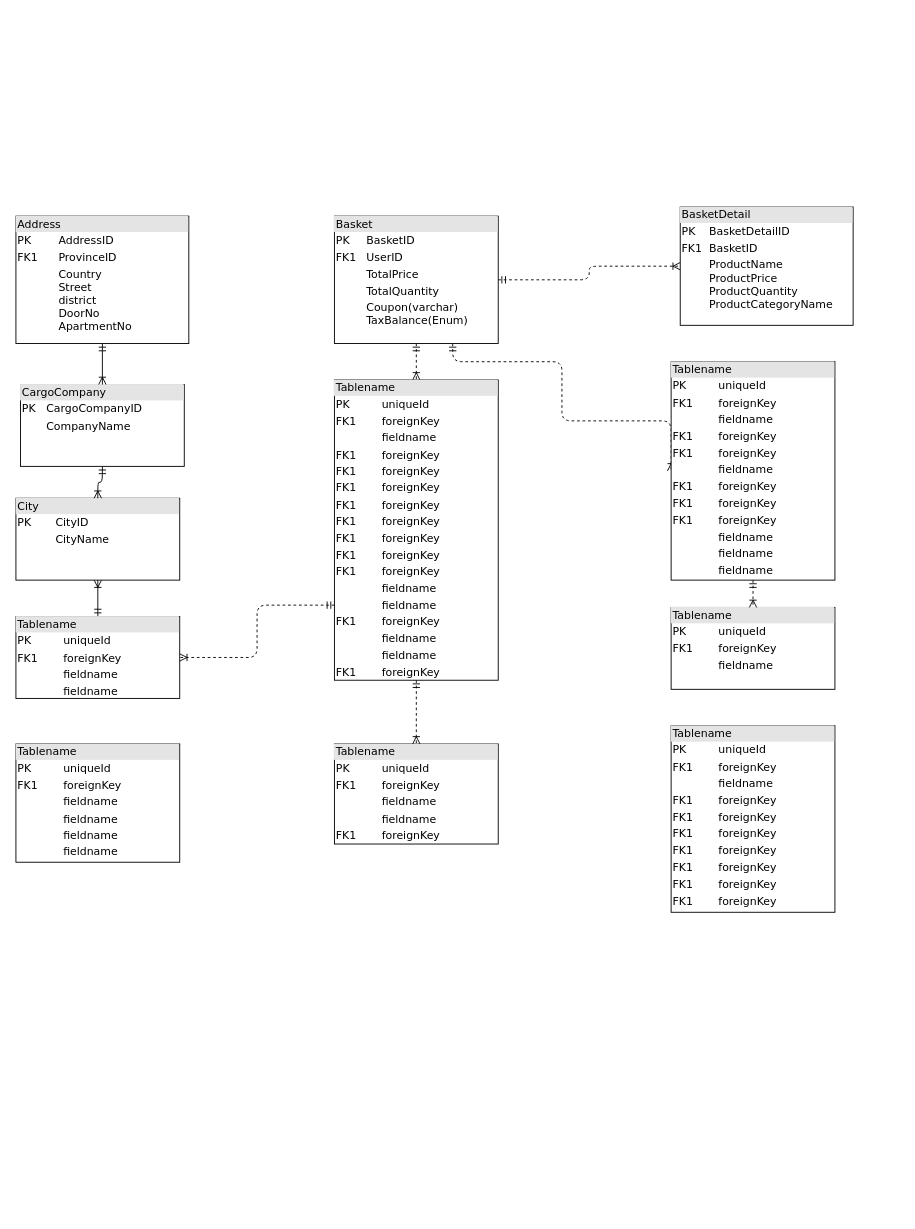
The draw.io diagram projedesign.drawio in trkhmrt/04.05.24_E_Commerce, before the edit. Source tidied: cells renumbered, new cells numbered last; positions are measured from the earlier drawing's top-left corner, leaving out a move shared by most shapes. Both pictures are drawn from the tidied source at 91%, with x=0, y=0 at pixel (15, 207).
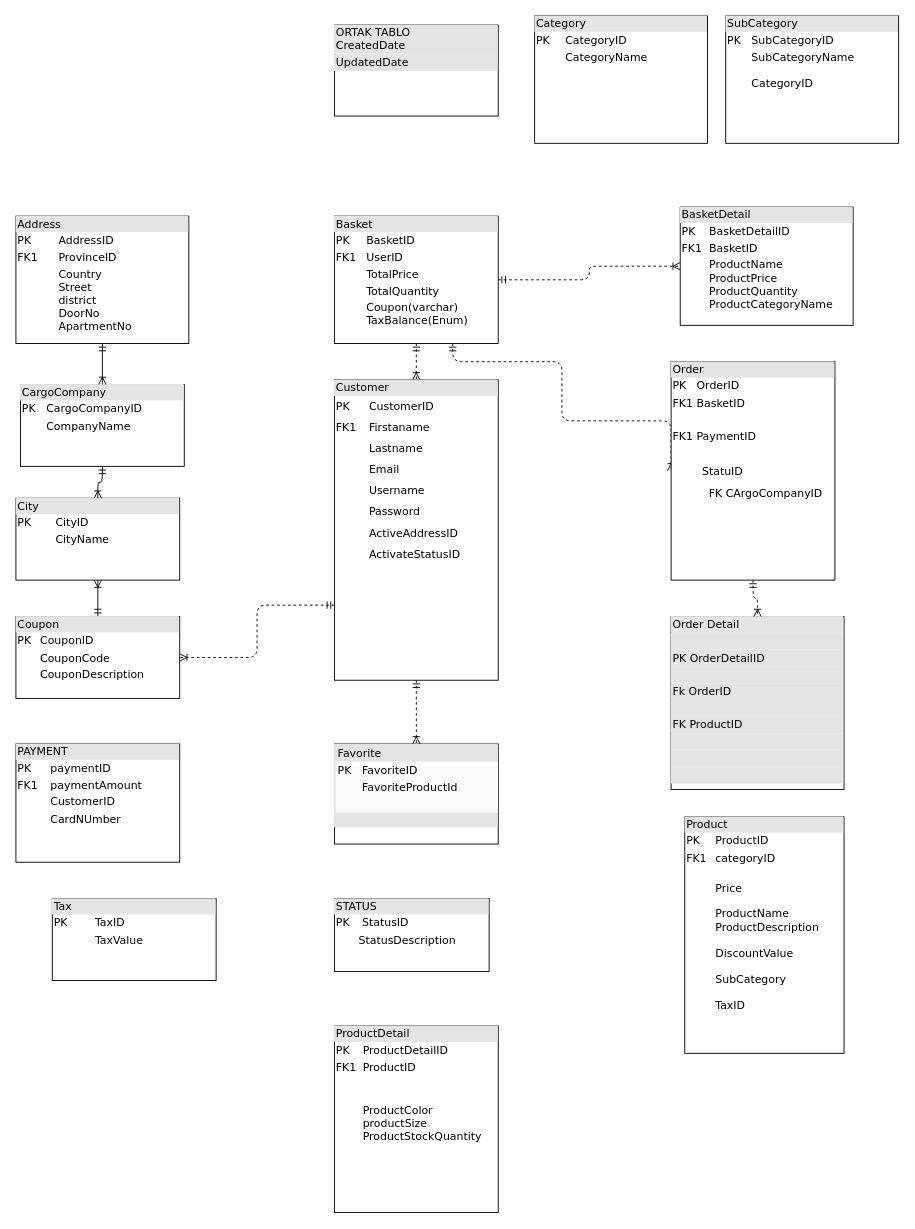
Above is the later version.

The edit, as a diff of the source:
```diff
@@
-    <mxCell id="9" value="&lt;div style=&quot;box-sizing: border-box ; width: 100% ; background: #e4e4e4 ; padding: 2px&quot;&gt;Tablename&lt;/div&gt;&lt;table style=&quot;width: 100% ; font-size: 1em&quot; cellpadding=&quot;2&quot; cellspacing=&quot;0&quot;&gt;&lt;tbody&gt;&lt;tr&gt;&lt;td&gt;PK&lt;/td&gt;&lt;td&gt;uniqueId&lt;/td&gt;&lt;/tr&gt;&lt;tr&gt;&lt;td&gt;FK1&lt;/td&gt;&lt;td&gt;foreignKey&lt;/td&gt;&lt;/tr&gt;&lt;tr&gt;&lt;td&gt;&lt;/td&gt;&lt;td&gt;fieldname&lt;/td&gt;&lt;/tr&gt;&lt;tr&gt;&lt;td&gt;&lt;br&gt;&lt;/td&gt;&lt;td&gt;fieldname&lt;br&gt;&lt;/td&gt;&lt;/tr&gt;&lt;/tbody&gt;&lt;/table&gt;" style="verticalAlign=top;align=left;overflow=fill;html=1;rounded=0;shadow=0;comic=0;labelBackgroundColor=none;strokeWidth=1;fontFamily=Verdana;fontSize=12;" parent="1" vertex="1">
+    <mxCell id="9" value="&lt;div style=&quot;box-sizing: border-box; width: 100%; background: rgb(228, 228, 228); padding: 2px;&quot;&gt;Coupon&lt;/div&gt;&lt;table style=&quot;width: 100% ; font-size: 1em&quot; cellpadding=&quot;2&quot; cellspacing=&quot;0&quot;&gt;&lt;tbody&gt;&lt;tr&gt;&lt;td&gt;PK&lt;/td&gt;&lt;td&gt;CouponID&lt;/td&gt;&lt;/tr&gt;&lt;tr&gt;&lt;td&gt;&lt;br&gt;&lt;/td&gt;&lt;td&gt;CouponCode&lt;/td&gt;&lt;/tr&gt;&lt;tr&gt;&lt;td&gt;&lt;/td&gt;&lt;td&gt;CouponDescription&lt;/td&gt;&lt;/tr&gt;&lt;tr&gt;&lt;td&gt;&lt;br&gt;&lt;/td&gt;&lt;td&gt;&lt;br&gt;&lt;/td&gt;&lt;/tr&gt;&lt;/tbody&gt;&lt;/table&gt;" style="verticalAlign=top;align=left;overflow=fill;html=1;rounded=0;shadow=0;comic=0;labelBackgroundColor=none;strokeWidth=1;fontFamily=Verdana;fontSize=12;" parent="1" vertex="1">
       <mxGeometry y="450" width="180" height="90" as="geometry" />
     </mxCell>
@@
-    <mxCell id="13" value="&lt;div style=&quot;box-sizing: border-box ; width: 100% ; background: #e4e4e4 ; padding: 2px&quot;&gt;Tablename&lt;/div&gt;&lt;table style=&quot;width: 100% ; font-size: 1em&quot; cellpadding=&quot;2&quot; cellspacing=&quot;0&quot;&gt;&lt;tbody&gt;&lt;tr&gt;&lt;td&gt;PK&lt;/td&gt;&lt;td&gt;uniqueId&lt;/td&gt;&lt;/tr&gt;&lt;tr&gt;&lt;td&gt;FK1&lt;/td&gt;&lt;td&gt;foreignKey&lt;/td&gt;&lt;/tr&gt;&lt;tr&gt;&lt;td&gt;&lt;/td&gt;&lt;td&gt;fieldname&lt;/td&gt;&lt;/tr&gt;&lt;tr&gt;&lt;td&gt;FK1&lt;br&gt;&lt;/td&gt;&lt;td&gt;foreignKey&lt;br&gt;&lt;/td&gt;&lt;/tr&gt;&lt;tr&gt;&lt;td&gt;FK1&lt;br&gt;&lt;/td&gt;&lt;td&gt;foreignKey&lt;br&gt;&lt;/td&gt;&lt;/tr&gt;&lt;tr&gt;&lt;td&gt;FK1&lt;br&gt;&lt;/td&gt;&lt;td&gt;foreignKey&lt;br&gt;&lt;/td&gt;&lt;/tr&gt;&lt;tr&gt;&lt;td&gt;FK1&lt;br&gt;&lt;/td&gt;&lt;td&gt;foreignKey&lt;br&gt;&lt;/td&gt;&lt;/tr&gt;&lt;tr&gt;&lt;td&gt;FK1&lt;br&gt;&lt;/td&gt;&lt;td&gt;foreignKey&lt;br&gt;&lt;/td&gt;&lt;/tr&gt;&lt;tr&gt;&lt;td&gt;FK1&lt;br&gt;&lt;/td&gt;&lt;td&gt;foreignKey&lt;br&gt;&lt;/td&gt;&lt;/tr&gt;&lt;tr&gt;&lt;td&gt;FK1&lt;br&gt;&lt;/td&gt;&lt;td&gt;foreignKey&lt;br&gt;&lt;/td&gt;&lt;/tr&gt;&lt;/tbody&gt;&lt;/table&gt;" style="verticalAlign=top;align=left;overflow=fill;html=1;rounded=0;shadow=0;comic=0;labelBackgroundColor=none;strokeWidth=1;fontFamily=Verdana;fontSize=12;" parent="1" vertex="1">
-      <mxGeometry x="720" y="570" width="180" height="205" as="geometry" />
+    <mxCell id="13" value="&lt;div style=&quot;box-sizing: border-box; width: 100%; background: rgb(228, 228, 228); padding: 2px;&quot;&gt;Product&lt;/div&gt;&lt;table style=&quot;width: 100% ; font-size: 1em&quot; cellpadding=&quot;2&quot; cellspacing=&quot;0&quot;&gt;&lt;tbody&gt;&lt;tr&gt;&lt;td&gt;PK&lt;/td&gt;&lt;td&gt;ProductID&lt;/td&gt;&lt;/tr&gt;&lt;tr&gt;&lt;td&gt;FK1&lt;/td&gt;&lt;td&gt;categoryID&lt;/td&gt;&lt;/tr&gt;&lt;tr&gt;&lt;td&gt;&lt;/td&gt;&lt;td&gt;&lt;br&gt;Price&lt;br&gt;&lt;br&gt;ProductName&lt;br&gt;ProductDescription&lt;br&gt;&lt;br&gt;DiscountValue&lt;br&gt;&lt;br&gt;SubCategory&lt;br&gt;&lt;br&gt;TaxID&lt;br&gt;&lt;br&gt;&lt;br&gt;&lt;br&gt;&lt;br&gt;&lt;/td&gt;&lt;/tr&gt;&lt;/tbody&gt;&lt;/table&gt;" style="verticalAlign=top;align=left;overflow=fill;html=1;rounded=0;shadow=0;comic=0;labelBackgroundColor=none;strokeWidth=1;fontFamily=Verdana;fontSize=12;" parent="1" vertex="1">
+      <mxGeometry x="735" y="670" width="175" height="260" as="geometry" />
     </mxCell>
-    <mxCell id="14" value="&lt;div style=&quot;box-sizing: border-box ; width: 100% ; background: #e4e4e4 ; padding: 2px&quot;&gt;Tablename&lt;/div&gt;&lt;table style=&quot;width: 100% ; font-size: 1em&quot; cellpadding=&quot;2&quot; cellspacing=&quot;0&quot;&gt;&lt;tbody&gt;&lt;tr&gt;&lt;td&gt;PK&lt;/td&gt;&lt;td&gt;uniqueId&lt;/td&gt;&lt;/tr&gt;&lt;tr&gt;&lt;td&gt;FK1&lt;/td&gt;&lt;td&gt;foreignKey&lt;/td&gt;&lt;/tr&gt;&lt;tr&gt;&lt;td&gt;&lt;/td&gt;&lt;td&gt;fieldname&lt;/td&gt;&lt;/tr&gt;&lt;tr&gt;&lt;td&gt;&lt;br&gt;&lt;/td&gt;&lt;td&gt;fieldname&lt;br&gt;&lt;/td&gt;&lt;/tr&gt;&lt;tr&gt;&lt;td&gt;FK1&lt;br&gt;&lt;/td&gt;&lt;td&gt;foreignKey&lt;br&gt;&lt;/td&gt;&lt;/tr&gt;&lt;/tbody&gt;&lt;/table&gt;" style="verticalAlign=top;align=left;overflow=fill;html=1;rounded=0;shadow=0;comic=0;labelBackgroundColor=none;strokeWidth=1;fontFamily=Verdana;fontSize=12;" parent="1" vertex="1">
+    <mxCell id="14" value="&lt;div style=&quot;box-sizing: border-box; width: 100%; background: rgb(228, 228, 228); padding: 2px;&quot;&gt;&lt;div style=&quot;box-sizing: border-box; width: 180px; background: rgb(228, 228, 228); padding: 2px;&quot;&gt;Favorite&lt;/div&gt;&lt;table style=&quot;font-size: 1em; background-color: rgb(251, 251, 251); width: 180px;&quot; cellpadding=&quot;2&quot; cellspacing=&quot;0&quot;&gt;&lt;tbody&gt;&lt;tr&gt;&lt;td&gt;PK&lt;/td&gt;&lt;td&gt;FavoriteID&lt;/td&gt;&lt;/tr&gt;&lt;tr&gt;&lt;td&gt;&lt;br&gt;&lt;/td&gt;&lt;td&gt;FavoriteProductId&lt;/td&gt;&lt;/tr&gt;&lt;tr&gt;&lt;td&gt;&lt;/td&gt;&lt;td&gt;&lt;br&gt;&lt;/td&gt;&lt;/tr&gt;&lt;/tbody&gt;&lt;/table&gt;&lt;br&gt;&lt;/div&gt;" style="verticalAlign=top;align=left;overflow=fill;html=1;rounded=0;shadow=0;comic=0;labelBackgroundColor=none;strokeWidth=1;fontFamily=Verdana;fontSize=12;" parent="1" vertex="1">
       <mxGeometry x="350" y="590" width="180" height="110" as="geometry" />
     </mxCell>
@@
-    <mxCell id="16" value="&lt;div style=&quot;box-sizing: border-box ; width: 100% ; background: #e4e4e4 ; padding: 2px&quot;&gt;Tablename&lt;/div&gt;&lt;table style=&quot;width: 100% ; font-size: 1em&quot; cellpadding=&quot;2&quot; cellspacing=&quot;0&quot;&gt;&lt;tbody&gt;&lt;tr&gt;&lt;td&gt;PK&lt;/td&gt;&lt;td&gt;uniqueId&lt;/td&gt;&lt;/tr&gt;&lt;tr&gt;&lt;td&gt;FK1&lt;/td&gt;&lt;td&gt;foreignKey&lt;/td&gt;&lt;/tr&gt;&lt;tr&gt;&lt;td&gt;&lt;/td&gt;&lt;td&gt;fieldname&lt;/td&gt;&lt;/tr&gt;&lt;tr&gt;&lt;td&gt;FK1&lt;br&gt;&lt;/td&gt;&lt;td&gt;foreignKey&lt;br&gt;&lt;/td&gt;&lt;/tr&gt;&lt;tr&gt;&lt;td&gt;FK1&lt;br&gt;&lt;/td&gt;&lt;td&gt;foreignKey&lt;br&gt;&lt;/td&gt;&lt;/tr&gt;&lt;tr&gt;&lt;td&gt;FK1&lt;br&gt;&lt;/td&gt;&lt;td&gt;foreignKey&lt;br&gt;&lt;/td&gt;&lt;/tr&gt;&lt;tr&gt;&lt;td&gt;FK1&lt;br&gt;&lt;/td&gt;&lt;td&gt;foreignKey&lt;br&gt;&lt;/td&gt;&lt;/tr&gt;&lt;tr&gt;&lt;td&gt;FK1&lt;br&gt;&lt;/td&gt;&lt;td&gt;foreignKey&lt;br&gt;&lt;/td&gt;&lt;/tr&gt;&lt;tr&gt;&lt;td&gt;FK1&lt;br&gt;&lt;/td&gt;&lt;td&gt;foreignKey&lt;br&gt;&lt;/td&gt;&lt;/tr&gt;&lt;tr&gt;&lt;td&gt;FK1&lt;br&gt;&lt;/td&gt;&lt;td&gt;foreignKey&lt;br&gt;&lt;/td&gt;&lt;/tr&gt;&lt;tr&gt;&lt;td&gt;FK1&lt;br&gt;&lt;/td&gt;&lt;td&gt;foreignKey&lt;br&gt;&lt;/td&gt;&lt;/tr&gt;&lt;tr&gt;&lt;td&gt;&lt;br&gt;&lt;/td&gt;&lt;td&gt;fieldname&lt;br&gt;&lt;/td&gt;&lt;/tr&gt;&lt;tr&gt;&lt;td&gt;&lt;br&gt;&lt;/td&gt;&lt;td&gt;fieldname&lt;br&gt;&lt;/td&gt;&lt;/tr&gt;&lt;tr&gt;&lt;td&gt;FK1&lt;br&gt;&lt;/td&gt;&lt;td&gt;foreignKey&lt;br&gt;&lt;/td&gt;&lt;/tr&gt;&lt;tr&gt;&lt;td&gt;&lt;br&gt;&lt;/td&gt;&lt;td&gt;fieldname&lt;br&gt;&lt;/td&gt;&lt;/tr&gt;&lt;tr&gt;&lt;td&gt;&lt;br&gt;&lt;/td&gt;&lt;td&gt;fieldname&lt;br&gt;&lt;/td&gt;&lt;/tr&gt;&lt;tr&gt;&lt;td&gt;FK1&lt;br&gt;&lt;/td&gt;&lt;td&gt;foreignKey&lt;br&gt;&lt;/td&gt;&lt;/tr&gt;&lt;/tbody&gt;&lt;/table&gt;" style="verticalAlign=top;align=left;overflow=fill;html=1;rounded=0;shadow=0;comic=0;labelBackgroundColor=none;strokeWidth=1;fontFamily=Verdana;fontSize=12;" parent="1" vertex="1">
+    <mxCell id="16" value="&lt;div style=&quot;box-sizing: border-box; width: 100%; background: rgb(228, 228, 228); padding: 2px;&quot;&gt;Customer&lt;/div&gt;&lt;table style=&quot;width: 100% ; font-size: 1em&quot; cellpadding=&quot;2&quot; cellspacing=&quot;0&quot;&gt;&lt;tbody style=&quot;line-height: 160%;&quot;&gt;&lt;tr&gt;&lt;td&gt;PK&lt;/td&gt;&lt;td&gt;CustomerID&lt;/td&gt;&lt;/tr&gt;&lt;tr&gt;&lt;td&gt;FK1&lt;/td&gt;&lt;td&gt;Firstaname&lt;/td&gt;&lt;/tr&gt;&lt;tr&gt;&lt;td&gt;&lt;/td&gt;&lt;td&gt;Lastname&lt;/td&gt;&lt;/tr&gt;&lt;tr&gt;&lt;td&gt;&lt;br&gt;&lt;/td&gt;&lt;td&gt;Email&lt;/td&gt;&lt;/tr&gt;&lt;tr&gt;&lt;td&gt;&lt;br&gt;&lt;/td&gt;&lt;td&gt;Username&lt;/td&gt;&lt;/tr&gt;&lt;tr&gt;&lt;td&gt;&lt;br&gt;&lt;/td&gt;&lt;td&gt;Password&lt;/td&gt;&lt;/tr&gt;&lt;tr&gt;&lt;td&gt;&lt;br&gt;&lt;/td&gt;&lt;td&gt;ActiveAddressID&lt;/td&gt;&lt;/tr&gt;&lt;tr&gt;&lt;td&gt;&lt;br&gt;&lt;/td&gt;&lt;td&gt;ActivateStatusID&lt;/td&gt;&lt;/tr&gt;&lt;tr&gt;&lt;td&gt;&lt;br&gt;&lt;/td&gt;&lt;td&gt;&lt;br&gt;&lt;/td&gt;&lt;/tr&gt;&lt;/tbody&gt;&lt;/table&gt;" style="verticalAlign=top;align=left;overflow=fill;html=1;rounded=0;shadow=0;comic=0;labelBackgroundColor=none;strokeWidth=1;fontFamily=Verdana;fontSize=12;" parent="1" vertex="1">
       <mxGeometry x="350" y="190" width="180" height="330" as="geometry" />
     </mxCell>
-    <mxCell id="17" value="&lt;div style=&quot;box-sizing:border-box;width:100%;background:#e4e4e4;padding:2px;&quot;&gt;Tablename&lt;/div&gt;&lt;table style=&quot;width:100%;font-size:1em;&quot; cellpadding=&quot;2&quot; cellspacing=&quot;0&quot;&gt;&lt;tr&gt;&lt;td&gt;PK&lt;/td&gt;&lt;td&gt;uniqueId&lt;/td&gt;&lt;/tr&gt;&lt;tr&gt;&lt;td&gt;FK1&lt;/td&gt;&lt;td&gt;foreignKey&lt;/td&gt;&lt;/tr&gt;&lt;tr&gt;&lt;td&gt;&lt;/td&gt;&lt;td&gt;fieldname&lt;/td&gt;&lt;/tr&gt;&lt;/table&gt;" style="verticalAlign=top;align=left;overflow=fill;html=1;rounded=0;shadow=0;comic=0;labelBackgroundColor=none;strokeWidth=1;fontFamily=Verdana;fontSize=12;" parent="1" vertex="1">
-      <mxGeometry x="720" y="440" width="180" height="90" as="geometry" />
+    <mxCell id="17" value="&lt;div style=&quot;box-sizing: border-box; width: 100%; background: rgb(228, 228, 228); padding: 2px;&quot;&gt;Order Detail&lt;/div&gt;&lt;div style=&quot;box-sizing: border-box; width: 100%; background: rgb(228, 228, 228); padding: 2px;&quot;&gt;&lt;br&gt;&lt;/div&gt;&lt;div style=&quot;box-sizing: border-box; width: 100%; background: rgb(228, 228, 228); padding: 2px;&quot;&gt;PK OrderDetailID&lt;/div&gt;&lt;div style=&quot;box-sizing: border-box; width: 100%; background: rgb(228, 228, 228); padding: 2px;&quot;&gt;&lt;br&gt;&lt;/div&gt;&lt;div style=&quot;box-sizing: border-box; width: 100%; background: rgb(228, 228, 228); padding: 2px;&quot;&gt;Fk OrderID&lt;/div&gt;&lt;div style=&quot;box-sizing: border-box; width: 100%; background: rgb(228, 228, 228); padding: 2px;&quot;&gt;&lt;br&gt;&lt;/div&gt;&lt;div style=&quot;box-sizing: border-box; width: 100%; background: rgb(228, 228, 228); padding: 2px;&quot;&gt;FK ProductID&lt;/div&gt;&lt;div style=&quot;box-sizing: border-box; width: 100%; background: rgb(228, 228, 228); padding: 2px;&quot;&gt;&lt;br&gt;&lt;/div&gt;&lt;div style=&quot;box-sizing: border-box; width: 100%; background: rgb(228, 228, 228); padding: 2px;&quot;&gt;&lt;br&gt;&lt;/div&gt;&lt;div style=&quot;box-sizing: border-box; width: 100%; background: rgb(228, 228, 228); padding: 2px;&quot;&gt;&lt;br&gt;&lt;/div&gt;" style="verticalAlign=top;align=left;overflow=fill;html=1;rounded=0;shadow=0;comic=0;labelBackgroundColor=none;strokeWidth=1;fontFamily=Verdana;fontSize=12;" parent="1" vertex="1">
+      <mxGeometry x="720" y="450" width="190" height="190" as="geometry" />
     </mxCell>
@@
-    <mxCell id="19" value="&lt;div style=&quot;box-sizing: border-box ; width: 100% ; background: #e4e4e4 ; padding: 2px&quot;&gt;Tablename&lt;/div&gt;&lt;table style=&quot;width: 100% ; font-size: 1em&quot; cellpadding=&quot;2&quot; cellspacing=&quot;0&quot;&gt;&lt;tbody&gt;&lt;tr&gt;&lt;td&gt;PK&lt;/td&gt;&lt;td&gt;uniqueId&lt;/td&gt;&lt;/tr&gt;&lt;tr&gt;&lt;td&gt;FK1&lt;/td&gt;&lt;td&gt;foreignKey&lt;/td&gt;&lt;/tr&gt;&lt;tr&gt;&lt;td&gt;&lt;/td&gt;&lt;td&gt;fieldname&lt;/td&gt;&lt;/tr&gt;&lt;tr&gt;&lt;td&gt;FK1&lt;br&gt;&lt;/td&gt;&lt;td&gt;foreignKey&lt;br&gt;&lt;/td&gt;&lt;/tr&gt;&lt;tr&gt;&lt;td&gt;FK1&lt;br&gt;&lt;/td&gt;&lt;td&gt;foreignKey&lt;br&gt;&lt;/td&gt;&lt;/tr&gt;&lt;tr&gt;&lt;td&gt;&lt;br&gt;&lt;/td&gt;&lt;td&gt;fieldname&lt;br&gt;&lt;/td&gt;&lt;/tr&gt;&lt;tr&gt;&lt;td&gt;FK1&lt;br&gt;&lt;/td&gt;&lt;td&gt;foreignKey&lt;br&gt;&lt;/td&gt;&lt;/tr&gt;&lt;tr&gt;&lt;td&gt;FK1&lt;br&gt;&lt;/td&gt;&lt;td&gt;foreignKey&lt;br&gt;&lt;/td&gt;&lt;/tr&gt;&lt;tr&gt;&lt;td&gt;FK1&lt;br&gt;&lt;/td&gt;&lt;td&gt;foreignKey&lt;br&gt;&lt;/td&gt;&lt;/tr&gt;&lt;tr&gt;&lt;td&gt;&lt;br&gt;&lt;/td&gt;&lt;td&gt;fieldname&lt;br&gt;&lt;/td&gt;&lt;/tr&gt;&lt;tr&gt;&lt;td&gt;&lt;br&gt;&lt;/td&gt;&lt;td&gt;fieldname&lt;br&gt;&lt;/td&gt;&lt;/tr&gt;&lt;tr&gt;&lt;td&gt;&lt;br&gt;&lt;/td&gt;&lt;td&gt;fieldname&lt;br&gt;&lt;/td&gt;&lt;/tr&gt;&lt;/tbody&gt;&lt;/table&gt;" style="verticalAlign=top;align=left;overflow=fill;html=1;rounded=0;shadow=0;comic=0;labelBackgroundColor=none;strokeWidth=1;fontFamily=Verdana;fontSize=12;" parent="1" vertex="1">
+    <mxCell id="19" value="&lt;div style=&quot;box-sizing: border-box; width: 100%; background: rgb(228, 228, 228); padding: 2px;&quot;&gt;Order&lt;/div&gt;&lt;table align=&quot;center&quot; style=&quot;width: 100% ; font-size: 1em&quot; cellpadding=&quot;2&quot; cellspacing=&quot;0&quot;&gt;&lt;tbody&gt;&lt;tr&gt;&lt;td&gt;PK&lt;/td&gt;&lt;td&gt;OrderID&lt;/td&gt;&lt;/tr&gt;&lt;tr&gt;&lt;td&gt;FK1&lt;/td&gt;&lt;td&gt;BasketID&lt;/td&gt;&lt;/tr&gt;&lt;tr&gt;&lt;td&gt;&lt;/td&gt;&lt;td&gt;&lt;br&gt;&lt;/td&gt;&lt;/tr&gt;&lt;tr&gt;&lt;td&gt;FK1&lt;br&gt;&lt;/td&gt;&lt;td&gt;PaymentID&lt;br&gt;&lt;/td&gt;&lt;/tr&gt;&lt;tr&gt;&lt;td&gt;&lt;/td&gt;&lt;td&gt;&lt;br&gt;&lt;/td&gt;&lt;/tr&gt;&lt;tr&gt;&lt;td&gt;&lt;/td&gt;&lt;td&gt;&lt;table style=&quot;font-size: 1em; width: 180px;&quot; cellpadding=&quot;2&quot; cellspacing=&quot;0&quot;&gt;&lt;tbody&gt;&lt;tr&gt;&lt;td&gt;&lt;br&gt;&lt;/td&gt;&lt;td&gt;StatuID&lt;br&gt;&lt;table style=&quot;font-size: 1em; width: 180px;&quot; cellpadding=&quot;2&quot; cellspacing=&quot;0&quot;&gt;&lt;tbody&gt;&lt;tr&gt;&lt;td&gt;&lt;br&gt;&lt;br&gt;&lt;br&gt;&lt;br&gt;&lt;/td&gt;&lt;td&gt;FK CArgoCompanyID&lt;br&gt;&lt;br&gt;&lt;br&gt;&lt;/td&gt;&lt;/tr&gt;&lt;/tbody&gt;&lt;/table&gt;&lt;/td&gt;&lt;/tr&gt;&lt;/tbody&gt;&lt;/table&gt;&lt;/td&gt;&lt;/tr&gt;&lt;/tbody&gt;&lt;/table&gt;" style="verticalAlign=top;align=left;overflow=fill;html=1;rounded=0;shadow=0;comic=0;labelBackgroundColor=none;strokeWidth=1;fontFamily=Verdana;fontSize=12;" parent="1" vertex="1">
       <mxGeometry x="720" y="170" width="180" height="240" as="geometry" />
     </mxCell>
@@
-    <mxCell id="21" value="&lt;div style=&quot;box-sizing: border-box ; width: 100% ; background: #e4e4e4 ; padding: 2px&quot;&gt;Tablename&lt;/div&gt;&lt;table style=&quot;width: 100% ; font-size: 1em&quot; cellpadding=&quot;2&quot; cellspacing=&quot;0&quot;&gt;&lt;tbody&gt;&lt;tr&gt;&lt;td&gt;PK&lt;/td&gt;&lt;td&gt;uniqueId&lt;/td&gt;&lt;/tr&gt;&lt;tr&gt;&lt;td&gt;FK1&lt;/td&gt;&lt;td&gt;foreignKey&lt;/td&gt;&lt;/tr&gt;&lt;tr&gt;&lt;td&gt;&lt;/td&gt;&lt;td&gt;fieldname&lt;/td&gt;&lt;/tr&gt;&lt;tr&gt;&lt;td&gt;&lt;br&gt;&lt;/td&gt;&lt;td&gt;fieldname&lt;br&gt;&lt;/td&gt;&lt;/tr&gt;&lt;tr&gt;&lt;td&gt;&lt;br&gt;&lt;/td&gt;&lt;td&gt;fieldname&lt;br&gt;&lt;/td&gt;&lt;/tr&gt;&lt;tr&gt;&lt;td&gt;&lt;br&gt;&lt;/td&gt;&lt;td&gt;fieldname&lt;br&gt;&lt;/td&gt;&lt;/tr&gt;&lt;/tbody&gt;&lt;/table&gt;" style="verticalAlign=top;align=left;overflow=fill;html=1;rounded=0;shadow=0;comic=0;labelBackgroundColor=none;strokeWidth=1;fontFamily=Verdana;fontSize=12;" parent="1" vertex="1">
+    <mxCell id="21" value="&lt;div style=&quot;box-sizing: border-box; width: 100%; background: rgb(228, 228, 228); padding: 2px;&quot;&gt;PAYMENT&lt;/div&gt;&lt;table style=&quot;width: 100% ; font-size: 1em&quot; cellpadding=&quot;2&quot; cellspacing=&quot;0&quot;&gt;&lt;tbody&gt;&lt;tr&gt;&lt;td&gt;PK&lt;/td&gt;&lt;td&gt;paymentID&lt;/td&gt;&lt;/tr&gt;&lt;tr&gt;&lt;td&gt;FK1&lt;/td&gt;&lt;td&gt;paymentAmount&lt;/td&gt;&lt;/tr&gt;&lt;tr&gt;&lt;td&gt;&lt;/td&gt;&lt;td&gt;CustomerID&lt;/td&gt;&lt;/tr&gt;&lt;tr&gt;&lt;td&gt;&lt;br&gt;&lt;/td&gt;&lt;td&gt;CardNUmber&lt;br&gt;&lt;br&gt;&lt;/td&gt;&lt;/tr&gt;&lt;tr&gt;&lt;td&gt;&lt;br&gt;&lt;/td&gt;&lt;td&gt;&lt;br&gt;&lt;/td&gt;&lt;/tr&gt;&lt;tr&gt;&lt;td&gt;&lt;br&gt;&lt;/td&gt;&lt;td&gt;&lt;br&gt;&lt;/td&gt;&lt;/tr&gt;&lt;/tbody&gt;&lt;/table&gt;" style="verticalAlign=top;align=left;overflow=fill;html=1;rounded=0;shadow=0;comic=0;labelBackgroundColor=none;strokeWidth=1;fontFamily=Verdana;fontSize=12;" parent="1" vertex="1">
       <mxGeometry y="590" width="180" height="130" as="geometry" />
     </mxCell>
@@
+    <mxCell id="23" value="&lt;div style=&quot;box-sizing: border-box; width: 100%; background: rgb(228, 228, 228); padding: 2px;&quot;&gt;ORTAK TABLO&lt;br&gt;CreatedDate&lt;/div&gt;&lt;div style=&quot;box-sizing: border-box; width: 100%; background: rgb(228, 228, 228); padding: 2px;&quot;&gt;UpdatedDate&lt;br&gt;&lt;/div&gt;" style="verticalAlign=top;align=left;overflow=fill;html=1;rounded=0;shadow=0;comic=0;labelBackgroundColor=none;strokeWidth=1;fontFamily=Verdana;fontSize=12;" parent="1" vertex="1">
+      <mxGeometry x="350" y="-200" width="180" height="100" as="geometry" />
+    </mxCell>
+    <mxCell id="24" value="&lt;div style=&quot;box-sizing: border-box; width: 100%; background: rgb(228, 228, 228); padding: 2px;&quot;&gt;ProductDetail&lt;/div&gt;&lt;table style=&quot;width: 100% ; font-size: 1em&quot; cellpadding=&quot;2&quot; cellspacing=&quot;0&quot;&gt;&lt;tbody&gt;&lt;tr&gt;&lt;td&gt;PK&lt;/td&gt;&lt;td&gt;ProductDetailID&lt;/td&gt;&lt;/tr&gt;&lt;tr&gt;&lt;td&gt;FK1&lt;/td&gt;&lt;td&gt;ProductID&lt;br&gt;&lt;/td&gt;&lt;/tr&gt;&lt;tr&gt;&lt;td&gt;&lt;/td&gt;&lt;td&gt;&lt;br&gt;&lt;br&gt;ProductColor&lt;br&gt;productSize&lt;br&gt;ProductStockQuantity&lt;br&gt;&lt;br&gt;&lt;/td&gt;&lt;/tr&gt;&lt;/tbody&gt;&lt;/table&gt;" style="verticalAlign=top;align=left;overflow=fill;html=1;rounded=0;shadow=0;comic=0;labelBackgroundColor=none;strokeWidth=1;fontFamily=Verdana;fontSize=12;" parent="1" vertex="1">
+      <mxGeometry x="350" y="900" width="180" height="205" as="geometry" />
+    </mxCell>
+    <mxCell id="25" value="&lt;div style=&quot;box-sizing: border-box; width: 100%; background: rgb(228, 228, 228); padding: 2px;&quot;&gt;STATUS&lt;/div&gt;&lt;table style=&quot;width: 100% ; font-size: 1em&quot; cellpadding=&quot;2&quot; cellspacing=&quot;0&quot;&gt;&lt;tbody&gt;&lt;tr&gt;&lt;td&gt;PK&lt;/td&gt;&lt;td&gt;&amp;nbsp;StatusID&lt;/td&gt;&lt;/tr&gt;&lt;tr&gt;&lt;td&gt;&lt;br&gt;&lt;/td&gt;&lt;td&gt;StatusDescription&lt;/td&gt;&lt;/tr&gt;&lt;tr&gt;&lt;td&gt;&lt;/td&gt;&lt;td&gt;&lt;br&gt;&lt;br&gt;&lt;br&gt;&lt;/td&gt;&lt;/tr&gt;&lt;/tbody&gt;&lt;/table&gt;" style="verticalAlign=top;align=left;overflow=fill;html=1;rounded=0;shadow=0;comic=0;labelBackgroundColor=none;strokeWidth=1;fontFamily=Verdana;fontSize=12;" parent="1" vertex="1">
+      <mxGeometry x="350" y="760" width="170" height="80" as="geometry" />
+    </mxCell>
+    <mxCell id="26" value="&lt;div style=&quot;box-sizing: border-box; width: 100%; background: rgb(228, 228, 228); padding: 2px;&quot;&gt;Tax&lt;/div&gt;&lt;table style=&quot;width: 100% ; font-size: 1em&quot; cellpadding=&quot;2&quot; cellspacing=&quot;0&quot;&gt;&lt;tbody&gt;&lt;tr&gt;&lt;td&gt;PK&lt;/td&gt;&lt;td&gt;TaxID&lt;/td&gt;&lt;/tr&gt;&lt;tr&gt;&lt;td&gt;&lt;br&gt;&lt;/td&gt;&lt;td&gt;TaxValue&lt;/td&gt;&lt;/tr&gt;&lt;tr&gt;&lt;td&gt;&lt;/td&gt;&lt;td&gt;&lt;br&gt;&lt;/td&gt;&lt;/tr&gt;&lt;tr&gt;&lt;td&gt;&lt;br&gt;&lt;/td&gt;&lt;td&gt;&lt;br&gt;&lt;/td&gt;&lt;/tr&gt;&lt;/tbody&gt;&lt;/table&gt;" style="verticalAlign=top;align=left;overflow=fill;html=1;rounded=0;shadow=0;comic=0;labelBackgroundColor=none;strokeWidth=1;fontFamily=Verdana;fontSize=12;" parent="1" vertex="1">
+      <mxGeometry x="40" y="760" width="180" height="90" as="geometry" />
+    </mxCell>
+    <mxCell id="27" value="&lt;div style=&quot;box-sizing: border-box; width: 100%; background: rgb(228, 228, 228); padding: 2px;&quot;&gt;Category&lt;/div&gt;&lt;table style=&quot;width:100%;font-size:1em;&quot; cellpadding=&quot;2&quot; cellspacing=&quot;0&quot;&gt;&lt;tbody&gt;&lt;tr&gt;&lt;td&gt;PK&lt;/td&gt;&lt;td&gt;CategoryID&lt;/td&gt;&lt;/tr&gt;&lt;tr&gt;&lt;td&gt;&lt;br&gt;&lt;/td&gt;&lt;td&gt;CategoryName&lt;/td&gt;&lt;/tr&gt;&lt;tr&gt;&lt;td&gt;&lt;br&gt;&lt;/td&gt;&lt;td&gt;&lt;br&gt;&lt;/td&gt;&lt;/tr&gt;&lt;/tbody&gt;&lt;/table&gt;" style="verticalAlign=top;align=left;overflow=fill;html=1;rounded=0;shadow=0;comic=0;labelBackgroundColor=none;strokeWidth=1;fontFamily=Verdana;fontSize=12;" parent="1" vertex="1">
+      <mxGeometry x="570" y="-210" width="190" height="140" as="geometry" />
+    </mxCell>
+    <mxCell id="28" value="&lt;div style=&quot;box-sizing: border-box; width: 100%; background: rgb(228, 228, 228); padding: 2px;&quot;&gt;SubCategory&lt;/div&gt;&lt;table style=&quot;width:100%;font-size:1em;&quot; cellpadding=&quot;2&quot; cellspacing=&quot;0&quot;&gt;&lt;tbody&gt;&lt;tr&gt;&lt;td&gt;PK&lt;/td&gt;&lt;td&gt;SubCategoryID&lt;/td&gt;&lt;/tr&gt;&lt;tr&gt;&lt;td&gt;&lt;br&gt;&lt;/td&gt;&lt;td&gt;SubCategoryName&lt;br&gt;&lt;br&gt;CategoryID&lt;/td&gt;&lt;/tr&gt;&lt;tr&gt;&lt;td&gt;&lt;br&gt;&lt;/td&gt;&lt;td&gt;&lt;br&gt;&lt;/td&gt;&lt;/tr&gt;&lt;/tbody&gt;&lt;/table&gt;" style="verticalAlign=top;align=left;overflow=fill;html=1;rounded=0;shadow=0;comic=0;labelBackgroundColor=none;strokeWidth=1;fontFamily=Verdana;fontSize=12;" parent="1" vertex="1">
+      <mxGeometry x="780" y="-210" width="190" height="140" as="geometry" />
+    </mxCell>
```
